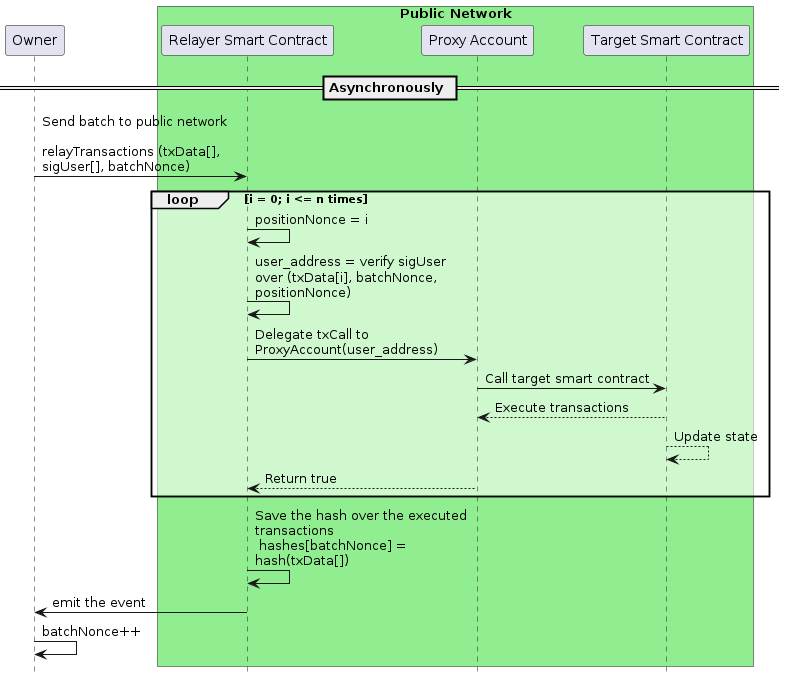
Earlier version of the PlantUML export out/UMLs/async/async.png (ollie041114/account-abstraction-test).
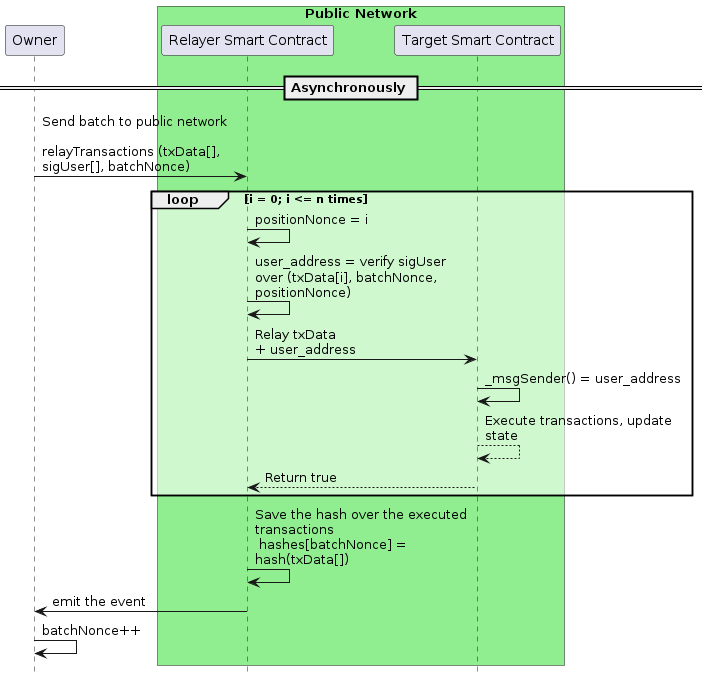
After the commit.

Change to the diagram source:
```diff
@@ -9,7 +9,6 @@
 
 box "Public Network" #LightGreen
 participant "Relayer Smart Contract" as PublicRelayer
-participant "Proxy Account" as PublicProxy
 participant "Target Smart Contract" as PublicTarget
 end box
 
@@ -22,11 +21,12 @@
 loop i = 0; i <= n times
   PublicRelayer -> PublicRelayer: positionNonce = i
   PublicRelayer -> PublicRelayer: user_address = verify sigUser over (txData[i], batchNonce, positionNonce)
-  PublicRelayer -> PublicProxy : Delegate txCall to ProxyAccount(user_address)
-  PublicProxy -> PublicTarget : Call target smart contract
-  PublicTarget --> PublicProxy : Execute transactions
-  PublicTarget --> PublicTarget : Update state
-  PublicProxy --> PublicRelayer : Return true
+
+  PublicRelayer -> PublicTarget : Relay txData \n+ user_address
+
+  PublicTarget -> PublicTarget : _msgSender() = user_address
+  PublicTarget --> PublicTarget : Execute transactions, update state
+  PublicTarget --> PublicRelayer : Return true
 end
 
 PublicRelayer -> PublicRelayer: Save the hash over the executed transactions \n hashes[batchNonce] = hash(txData[])
```
